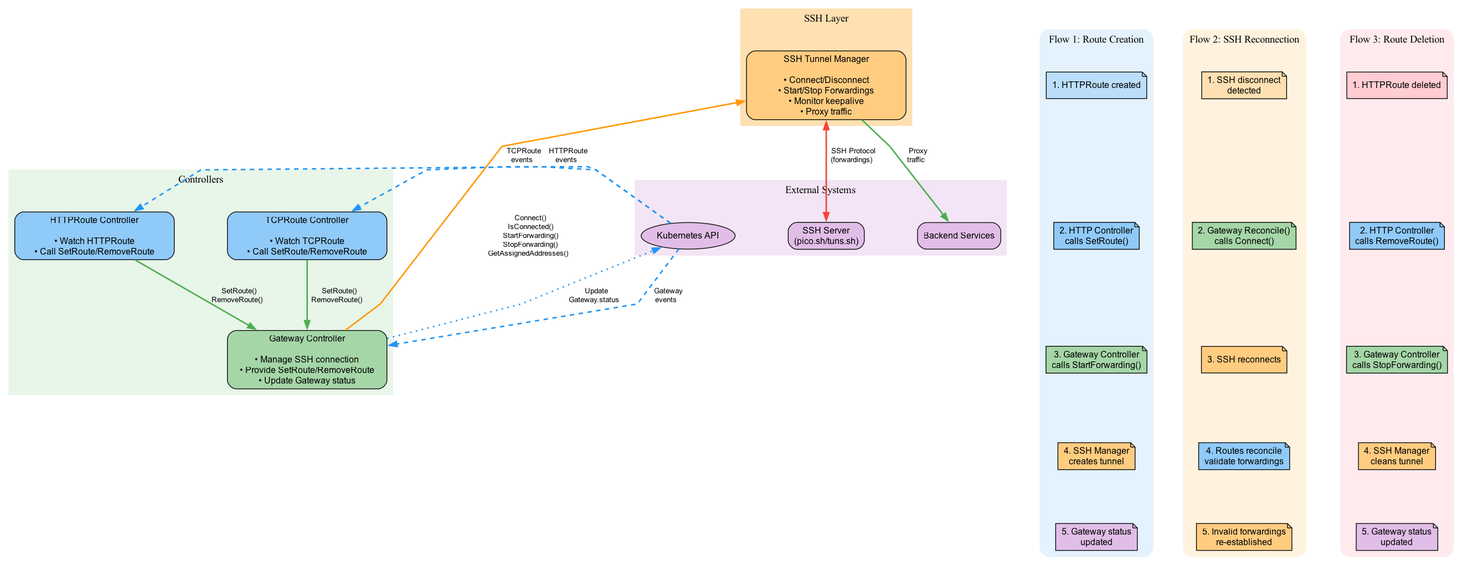
This is docs/simplified-architecture.png from dguerri/k8s-ssh-gateway-controller, a Graphviz export, as it was before one commit. Its source is kept beside it as docs/simplified-architecture.dot.
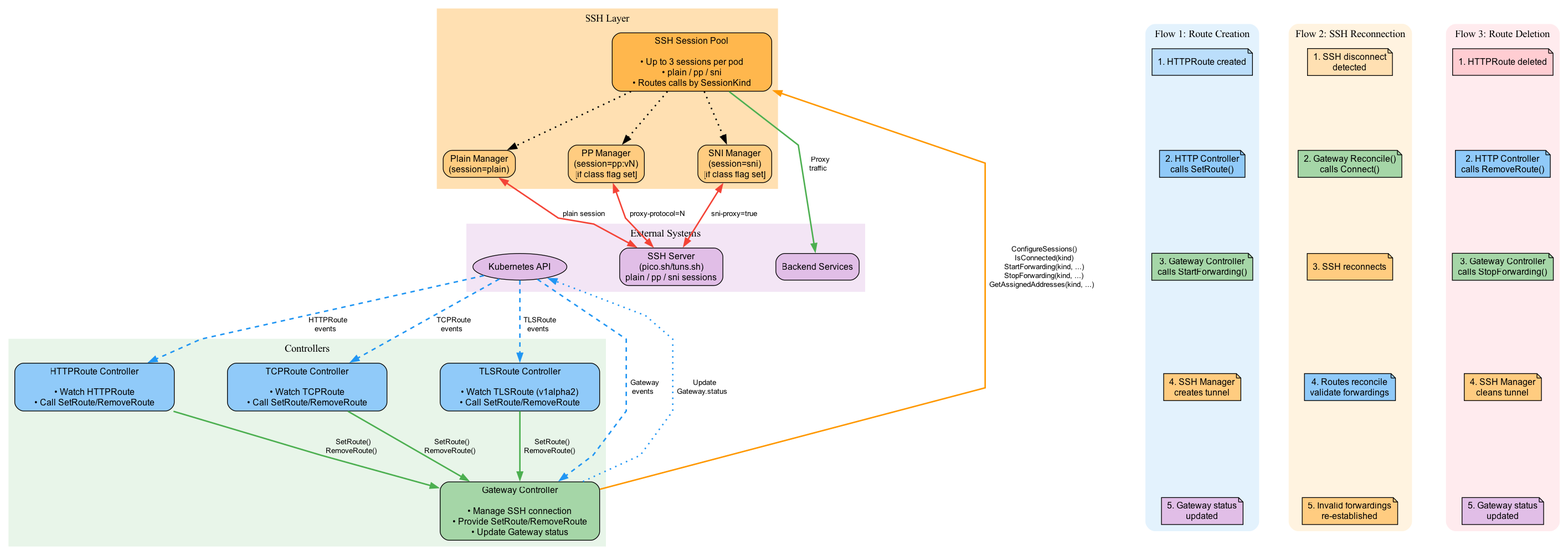
The same diagram one commit later.

Diff of the diagram source:
```diff
@@ -17,6 +17,7 @@
         GatewayController [label="Gateway Controller\n\n• Manage SSH connection\n• Provide SetRoute/RemoveRoute\n• Update Gateway status", fillcolor="#A5D6A7", width=3];
         HTTPController [label="HTTPRoute Controller\n\n• Watch HTTPRoute\n• Call SetRoute/RemoveRoute", fillcolor="#90CAF9", width=3];
         TCPController [label="TCPRoute Controller\n\n• Watch TCPRoute\n• Call SetRoute/RemoveRoute", fillcolor="#90CAF9", width=3];
+        TLSController [label="TLSRoute Controller\n\n• Watch TLSRoute (v1alpha2)\n• Call SetRoute/RemoveRoute", fillcolor="#90CAF9", width=3];
     }
 
     subgraph cluster_ssh {
@@ -24,7 +25,14 @@
         style=filled;
         color="#FFE0B2";
 
-        SSHManager [label="SSH Tunnel Manager\n\n• Connect/Disconnect\n• Start/Stop Forwardings\n• Monitor keepalive\n• Proxy traffic", fillcolor="#FFCC80", width=3];
+        SSHPool [label="SSH Session Pool\n\n• Up to 3 sessions per pod\n• plain / pp / sni\n• Routes calls by SessionKind", fillcolor="#FFB74D", width=3];
+        SSHPlain [label="Plain Manager\n(session=plain)", fillcolor="#FFCC80"];
+        SSHPP [label="PP Manager\n(session=pp:vN)\n[if class flag set]", fillcolor="#FFCC80"];
+        SSHSNI [label="SNI Manager\n(session=sni)\n[if class flag set]", fillcolor="#FFCC80"];
+
+        SSHPool -> SSHPlain [style=dotted];
+        SSHPool -> SSHPP [style=dotted];
+        SSHPool -> SSHSNI [style=dotted];
     }
 
     subgraph cluster_external {
@@ -33,7 +41,7 @@
         color="#F3E5F5";
 
         K8sAPI [label="Kubernetes API", fillcolor="#E1BEE7", shape=ellipse];
-        SSHServer [label="SSH Server\n(pico.sh/tuns.sh)", fillcolor="#E1BEE7"];
+        SSHServer [label="SSH Server\n(pico.sh/tuns.sh)\nplain / pp / sni sessions", fillcolor="#E1BEE7"];
         Backend [label="Backend Services", fillcolor="#E1BEE7"];
     }
 
@@ -41,16 +49,20 @@
     K8sAPI -> GatewayController [label="  Gateway\n  events  ", color="#2196F3", style=dashed];
     K8sAPI -> HTTPController [label="  HTTPRoute\n  events  ", color="#2196F3", style=dashed];
     K8sAPI -> TCPController [label="  TCPRoute\n  events  ", color="#2196F3", style=dashed];
+    K8sAPI -> TLSController [label="  TLSRoute\n  events  ", color="#2196F3", style=dashed];
 
     HTTPController -> GatewayController [label="  SetRoute()\n  RemoveRoute()  ", color="#4CAF50"];
     TCPController -> GatewayController [label="  SetRoute()\n  RemoveRoute()  ", color="#4CAF50"];
+    TLSController -> GatewayController [label="  SetRoute()\n  RemoveRoute()  ", color="#4CAF50"];
 
-    GatewayController -> SSHManager [label="  Connect()\n  IsConnected()\n  StartForwarding()\n  StopForwarding()\n  GetAssignedAddresses()  ", color="#FF9800"];
+    GatewayController -> SSHPool [label="  ConfigureSessions()\n  IsConnected(kind)\n  StartForwarding(kind, ...)\n  StopForwarding(kind, ...)\n  GetAssignedAddresses(kind, ...)  ", color="#FF9800"];
 
     GatewayController -> K8sAPI [label="  Update\n  Gateway.status  ", color="#2196F3", style=dotted];
 
-    SSHManager -> SSHServer [label="  SSH Protocol\n  (forwardings)  ", color="#F44336", dir=both];
-    SSHManager -> Backend [label="  Proxy\n  traffic  ", color="#4CAF50"];
+    SSHPlain -> SSHServer [label="  plain session  ", color="#F44336", dir=both];
+    SSHPP -> SSHServer [label="  proxy-protocol=N  ", color="#F44336", dir=both];
+    SSHSNI -> SSHServer [label="  sni-proxy=true  ", color="#F44336", dir=both];
+    SSHPool -> Backend [label="  Proxy\n  traffic  ", color="#4CAF50"];
 
 
     subgraph cluster_flow1 {
```
